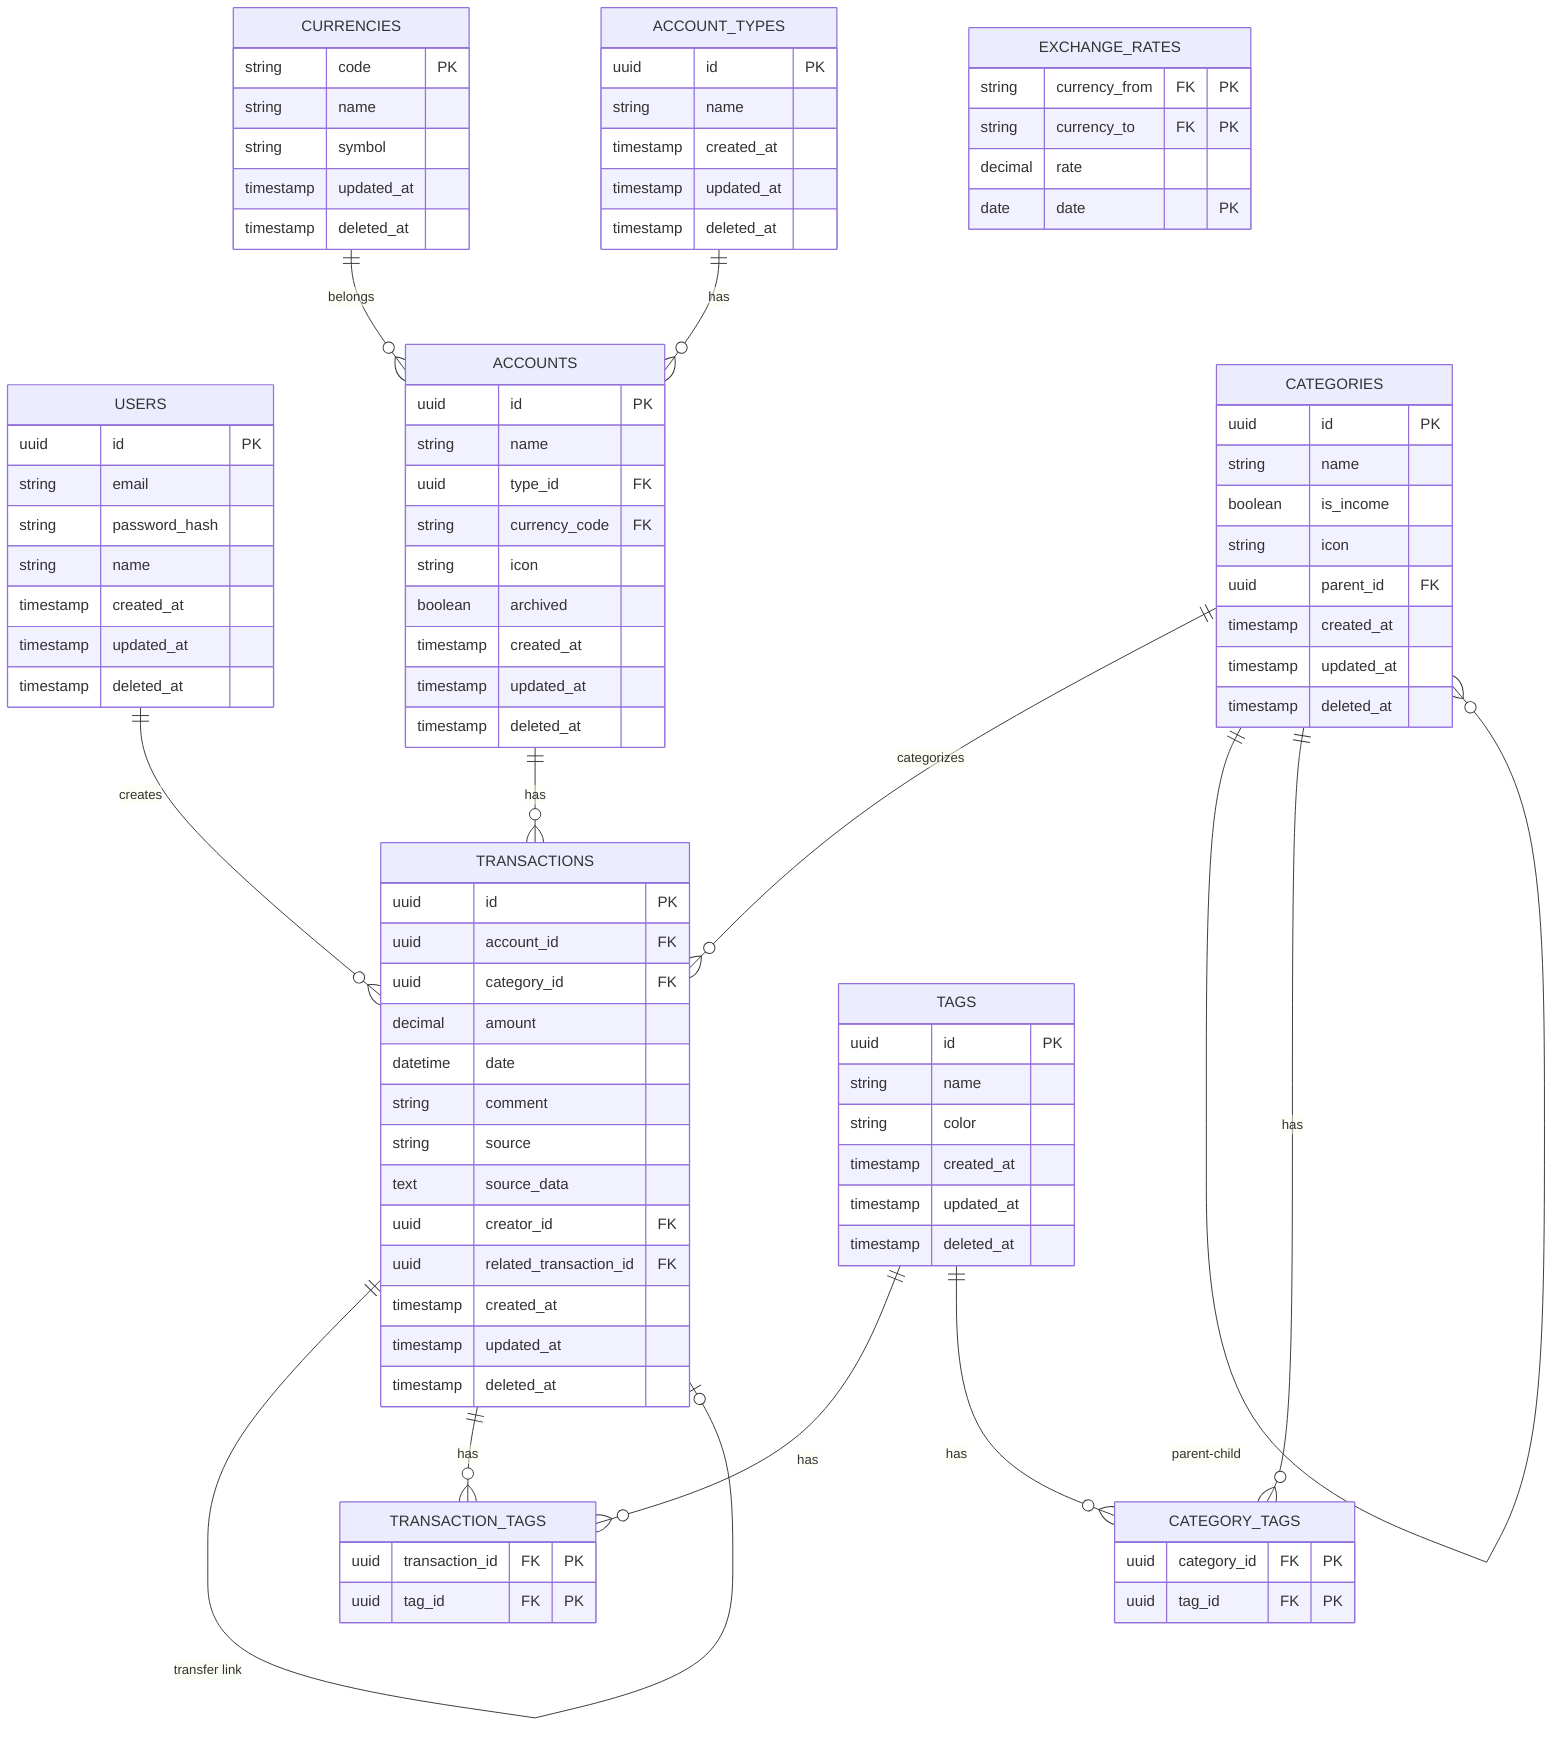
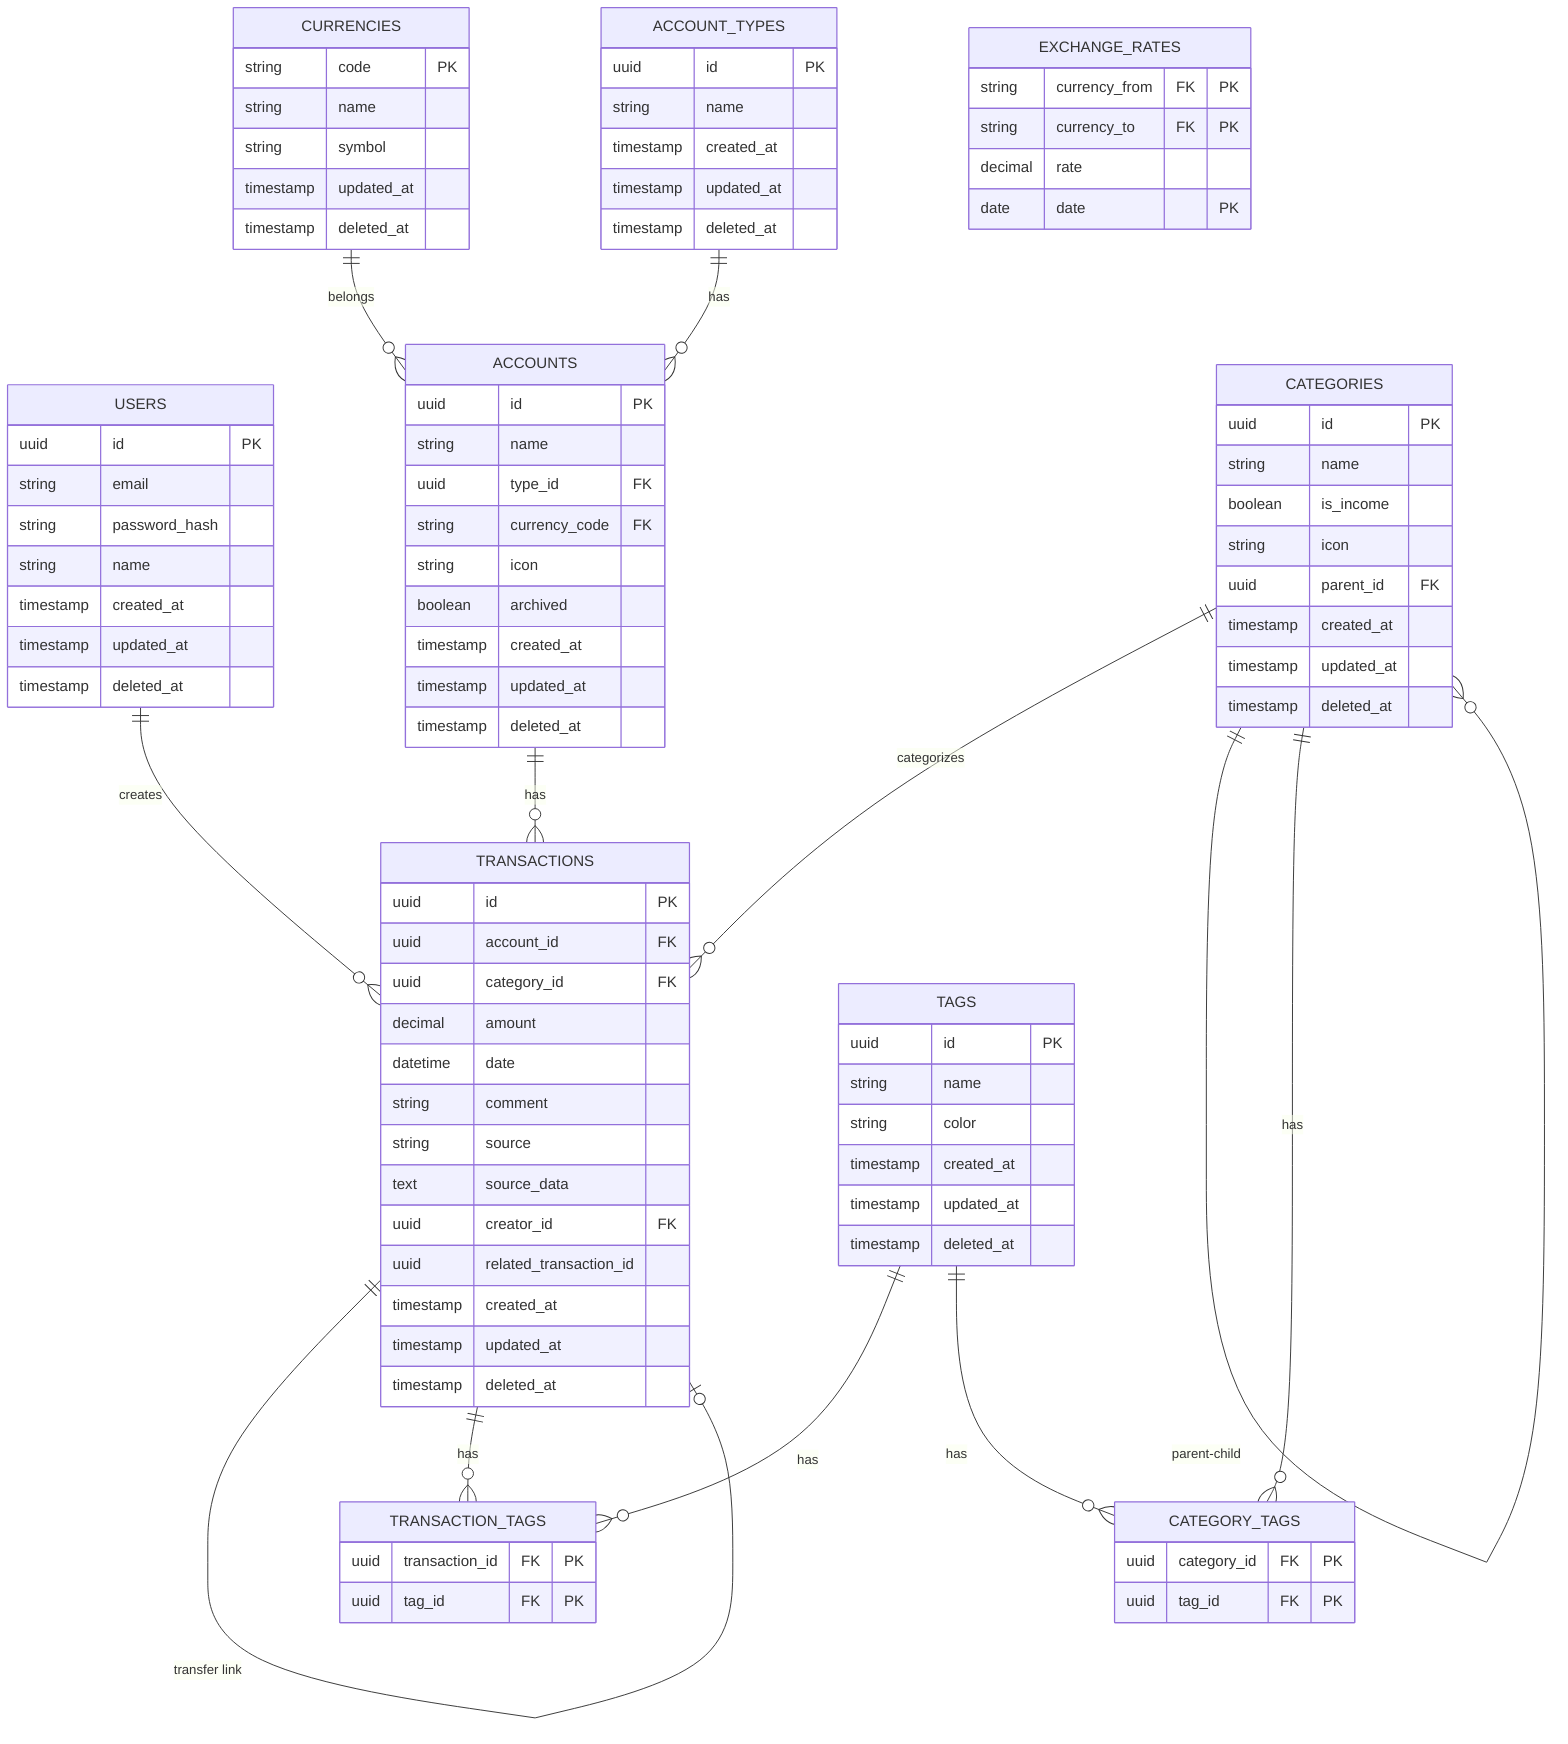
%% Иконки - названия из Material Design Icons (https://fonts.google.com/icons)
erDiagram
    USERS ||--o{ TRANSACTIONS : creates
    CURRENCIES ||--o{ ACCOUNTS : belongs
    ACCOUNT_TYPES ||--o{ ACCOUNTS : has
    ACCOUNTS ||--o{ TRANSACTIONS : has
    CATEGORIES ||--o{ TRANSACTIONS : categorizes
    CATEGORIES ||--o{ CATEGORIES : "parent-child"

    TRANSACTIONS ||--o| TRANSACTIONS : "transfer link"
    TRANSACTIONS ||--o{ TRANSACTION_TAGS : has
    TAGS ||--o{ TRANSACTION_TAGS : has
    CATEGORIES ||--o{ CATEGORY_TAGS : has
    TAGS ||--o{ CATEGORY_TAGS : has

    USERS {
        uuid id PK
        string email
        string password_hash
        string name
        timestamp created_at
        timestamp updated_at
        timestamp deleted_at
    }

    CURRENCIES {
        string code PK
        string name
        string symbol
        timestamp updated_at
        timestamp deleted_at
    }

    ACCOUNTS {
        uuid id PK
        string name
        uuid type_id FK
        string currency_code FK
        string icon
        boolean archived
        timestamp created_at
        timestamp updated_at
        timestamp deleted_at
    }

    ACCOUNT_TYPES {
        uuid id PK
        string name
        timestamp created_at
        timestamp updated_at
        timestamp deleted_at
    }

    CATEGORIES {
        uuid id PK
        string name
        boolean is_income
        string icon
        uuid parent_id FK
        timestamp created_at
        timestamp updated_at
        timestamp deleted_at
    }

    TAGS {
        uuid id PK
        string name
        string color
        timestamp created_at
        timestamp updated_at
        timestamp deleted_at
    }

    TRANSACTIONS {
        uuid id PK
        uuid account_id FK
        uuid category_id FK
        decimal amount
        datetime date
        string comment
        string source
        text source_data
        uuid creator_id FK
-         uuid related_transaction_id FK
+         uuid related_transaction_id
        timestamp created_at
        timestamp updated_at
        timestamp deleted_at
    }

    EXCHANGE_RATES {
        string currency_from FK "PK"
        string currency_to FK "PK"
        decimal rate
        date date "PK"
    }

    TRANSACTION_TAGS {
        uuid transaction_id FK "PK"
        uuid tag_id FK "PK"
    }

    CATEGORY_TAGS {
        uuid category_id FK "PK"
        uuid tag_id FK "PK"
    }
